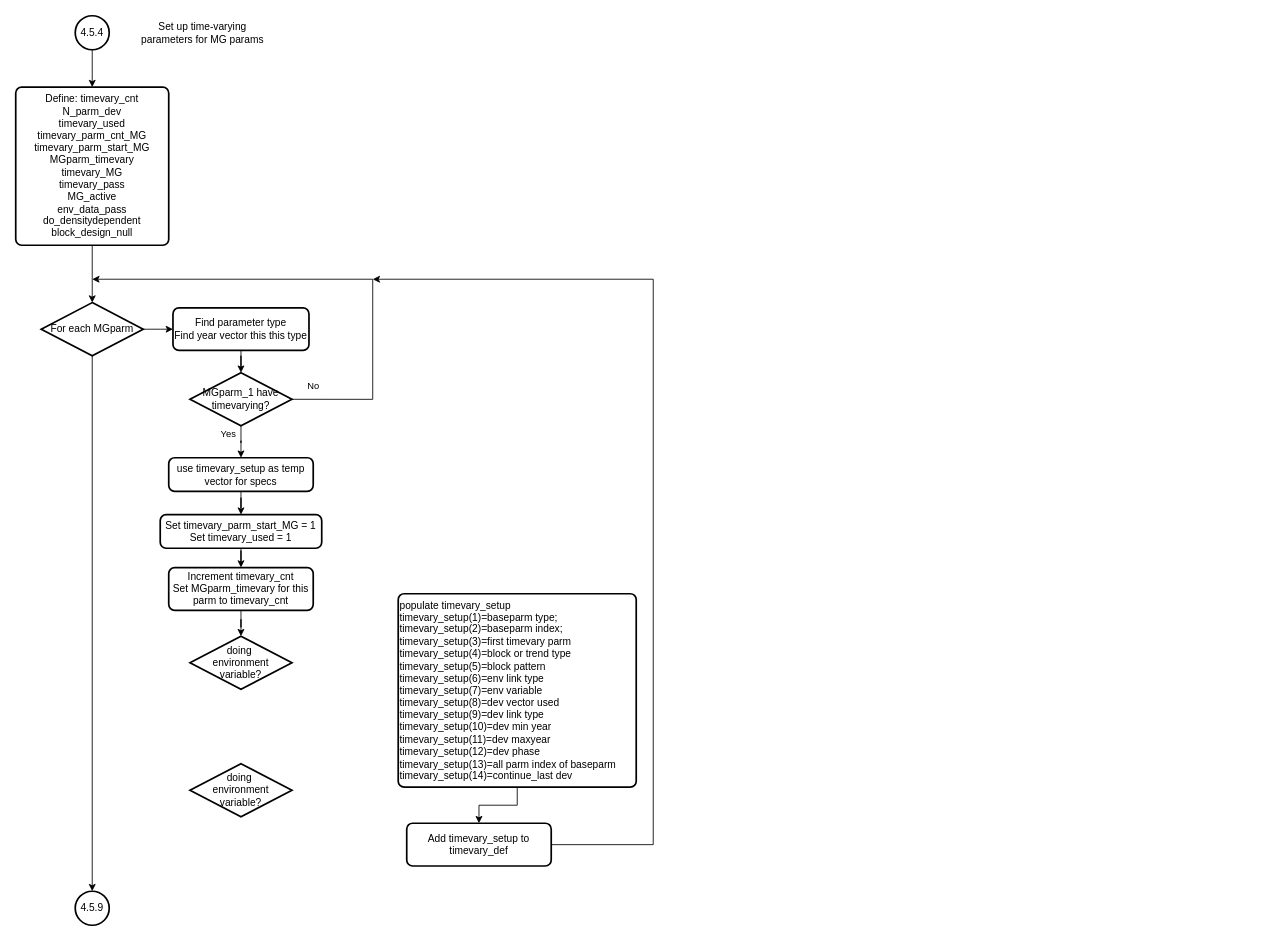
The draw.io diagram readControl_4-5-4.drawio in nmfs-ost/ss3-flowcharts, before the edit. Source tidied: cells renumbered, new cells numbered last; positions are measured from the earlier drawing's top-left corner, leaving out a move shared by most shapes. Both pictures are drawn from the tidied source at 85%, with x=0, y=0 at pixel (15, 15).
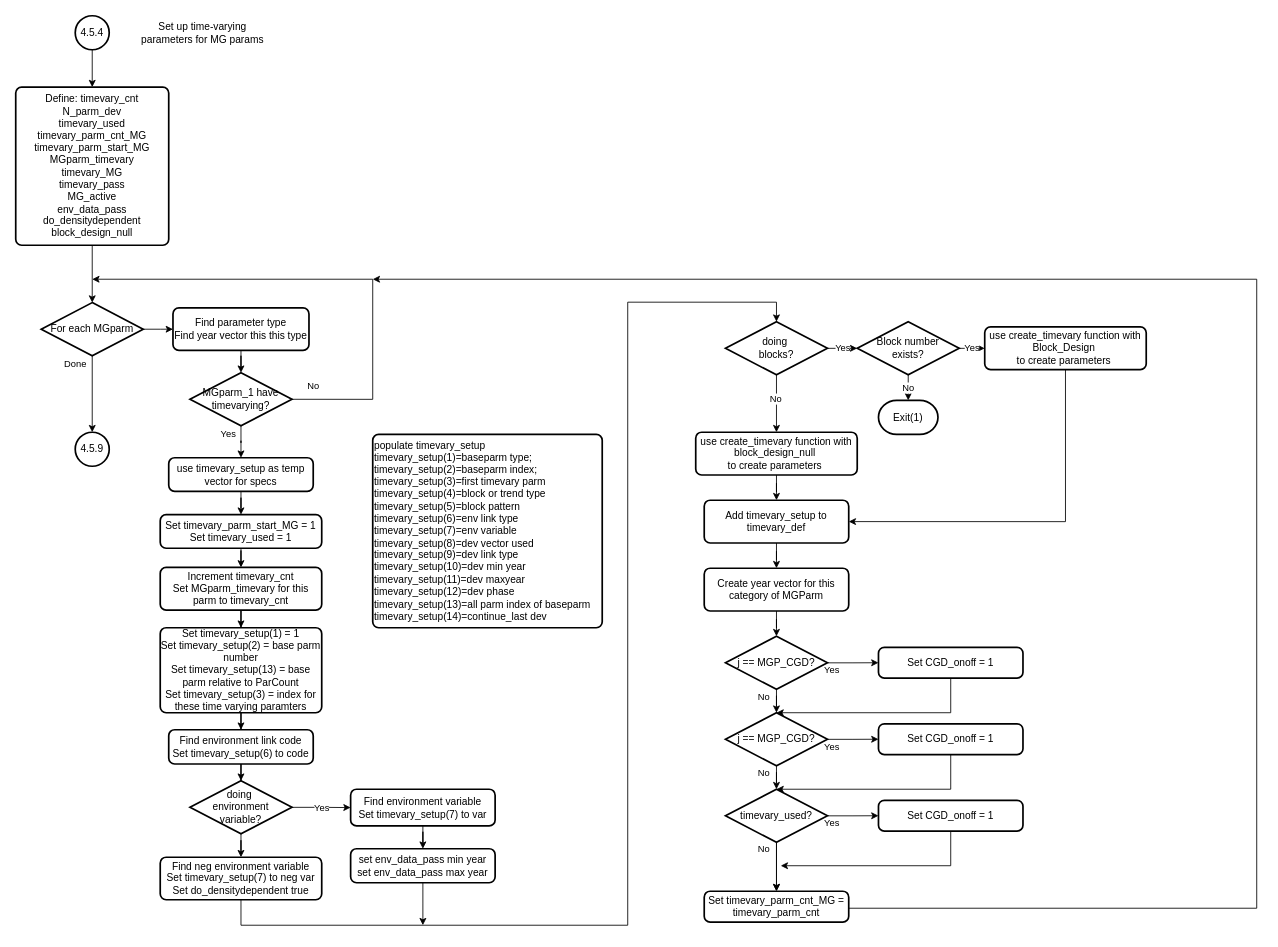
The same page after the edit.

The change refers to these unchanged cells:
```xml
<mxCell id="12" value="For each MGparm" style="strokeWidth=2;html=1;shape=mxgraph.flowchart.decision;whiteSpace=wrap;" parent="1" vertex="1">
  <mxGeometry x="30" y="337.5" width="120" height="62.5" as="geometry" />
</mxCell>
<mxCell id="25" value="Find parameter type&lt;br&gt;Find year vector this this type" style="rounded=1;whiteSpace=wrap;html=1;absoluteArcSize=1;arcSize=14;strokeWidth=2;" parent="1" vertex="1">
  <mxGeometry x="185" y="343.8" width="160" height="50" as="geometry" />
</mxCell>
```

Diff of the diagram source:
```diff
@@
+    <mxCell id="11" style="edgeStyle=orthogonalEdgeStyle;rounded=0;jettySize=auto;html=1;entryX=0;entryY=0.5;entryDx=0;entryDy=0;" parent="1" edge="1" source="12" target="25">
+      <mxGeometry relative="1" as="geometry" />
+    </mxCell>
-    <mxCell id="10" style="edgeStyle=orthogonalEdgeStyle;rounded=0;jettySize=auto;html=1;" parent="1" edge="1" source="12" target="23">
-      <mxGeometry relative="1" as="geometry">
-        <Array as="points">
-          <mxPoint x="90" y="1050" />
-        </Array>
-      </mxGeometry>
+    <mxCell id="10" value="Done" style="edgeStyle=orthogonalEdgeStyle;rounded=0;jettySize=auto;html=1;" parent="1" edge="1" source="12" target="23">
+      <mxGeometry x="-0.78" y="-20" relative="1" as="geometry" />
     </mxCell>
-    <mxCell id="11" style="edgeStyle=orthogonalEdgeStyle;rounded=0;jettySize=auto;html=1;entryX=0;entryY=0.5;entryDx=0;entryDy=0;" parent="1" edge="1" source="12" target="25">
-      <mxGeometry relative="1" as="geometry" />
-    </mxCell>
@@
-    <mxCell id="17" style="edgeStyle=orthogonalEdgeStyle;rounded=0;jettySize=auto;html=1;exitX=0.5;exitY=1;exitDx=0;exitDy=0;" parent="1" edge="1" source="18" target="26">
-      <mxGeometry relative="1" as="geometry" />
-    </mxCell>
+    <mxCell id="28" style="edgeStyle=orthogonalEdgeStyle;rounded=0;jettySize=auto;html=1;" parent="1" edge="1" source="18" target="44">
+      <mxGeometry relative="1" as="geometry" />
+    </mxCell>
     <mxCell id="18" value="Increment timevary_cnt&lt;br&gt;Set MGparm_timevary for this parm to timevary_cnt" style="rounded=1;whiteSpace=wrap;html=1;absoluteArcSize=1;arcSize=14;strokeWidth=2;" parent="1" vertex="1">
-      <mxGeometry x="180" y="649.2" width="170" height="50.3" as="geometry" />
+      <mxGeometry x="170" y="649.1" width="190" height="50.3" as="geometry" />
     </mxCell>
-    <mxCell id="19" style="edgeStyle=orthogonalEdgeStyle;rounded=0;jettySize=auto;html=1;" parent="1" edge="1" source="20" target="22">
-      <mxGeometry relative="1" as="geometry" />
-    </mxCell>
     <mxCell id="20" value="populate timevary_setup&amp;nbsp;&lt;br&gt;&lt;div&gt;timevary_setup(1)=baseparm type;&lt;/div&gt;&lt;div&gt;timevary_setup(2)=baseparm index;&lt;/div&gt;&lt;div&gt;timevary_setup(3)=first timevary parm&lt;/div&gt;&lt;div&gt;timevary_setup(4)=block or trend type&lt;/div&gt;&lt;div&gt;timevary_setup(5)=block pattern&lt;/div&gt;&lt;div&gt;timevary_setup(6)=env link type&lt;/div&gt;&lt;div&gt;timevary_setup(7)=env variable&lt;/div&gt;&lt;div&gt;timevary_setup(8)=dev vector used&lt;/div&gt;&lt;div&gt;timevary_setup(9)=dev link type&lt;/div&gt;&lt;div&gt;timevary_setup(10)=dev min year&lt;/div&gt;&lt;div&gt;timevary_setup(11)=dev maxyear&lt;/div&gt;&lt;div&gt;timevary_setup(12)=dev phase&lt;/div&gt;&lt;div&gt;timevary_setup(13)=all parm index of baseparm&lt;/div&gt;&lt;div&gt;timevary_setup(14)=continue_last dev&lt;/div&gt;" style="rounded=1;whiteSpace=wrap;html=1;absoluteArcSize=1;arcSize=14;strokeWidth=2;align=left;" parent="1" vertex="1">
-      <mxGeometry x="450" y="680" width="280" height="227.5" as="geometry" />
+      <mxGeometry x="420" y="492.5" width="270" height="227.5" as="geometry" />
     </mxCell>
-    <mxCell id="21" style="edgeStyle=orthogonalEdgeStyle;rounded=0;jettySize=auto;html=1;" parent="1" edge="1" source="22">
+    <mxCell id="21" style="edgeStyle=orthogonalEdgeStyle;rounded=0;jettySize=auto;html=1;" parent="1" edge="1" source="71">
       <mxGeometry relative="1" as="geometry">
         <mxPoint x="420" y="310" as="targetPoint" />
         <Array as="points">
-          <mxPoint x="750" y="975" />
-          <mxPoint x="750" y="310" />
+          <mxPoint x="895" y="1050" />
+          <mxPoint x="1460" y="1050" />
+          <mxPoint x="1460" y="310" />
         </Array>
       </mxGeometry>
     </mxCell>
+    <mxCell id="29" style="edgeStyle=orthogonalEdgeStyle;rounded=0;jettySize=auto;html=1;entryX=0.5;entryY=0;entryDx=0;entryDy=0;" parent="1" edge="1" source="22" target="54">
+      <mxGeometry relative="1" as="geometry" />
+    </mxCell>
     <mxCell id="22" value="Add timevary_setup to timevary_def" style="rounded=1;whiteSpace=wrap;html=1;absoluteArcSize=1;arcSize=14;strokeWidth=2;" parent="1" vertex="1">
-      <mxGeometry x="460" y="950" width="170" height="50.3" as="geometry" />
+      <mxGeometry x="810" y="570" width="170" height="50.3" as="geometry" />
     </mxCell>
     <mxCell id="23" value="4.5.9" style="strokeWidth=2;html=1;shape=mxgraph.flowchart.start_2;whiteSpace=wrap;" parent="1" vertex="1">
-      <mxGeometry x="70" y="1030" width="40" height="40" as="geometry" />
+      <mxGeometry x="70" y="490" width="40" height="40" as="geometry" />
     </mxCell>
@@
+    <mxCell id="30" value="Yes" style="edgeStyle=orthogonalEdgeStyle;rounded=0;jettySize=auto;html=1;" parent="1" edge="1" source="26" target="36">
+      <mxGeometry relative="1" as="geometry" />
+    </mxCell>
+    <mxCell id="31" style="edgeStyle=orthogonalEdgeStyle;rounded=0;jettySize=auto;html=1;" parent="1" edge="1" source="26" target="42">
+      <mxGeometry relative="1" as="geometry" />
+    </mxCell>
     <mxCell id="26" value="doing&amp;nbsp;&lt;br&gt;environment variable?" style="strokeWidth=2;html=1;shape=mxgraph.flowchart.decision;whiteSpace=wrap;" parent="1" vertex="1">
-      <mxGeometry x="205" y="730" width="120" height="62.5" as="geometry" />
+      <mxGeometry x="205" y="900" width="120" height="62.5" as="geometry" />
     </mxCell>
+    <mxCell id="32" value="Yes" style="edgeStyle=orthogonalEdgeStyle;rounded=0;jettySize=auto;html=1;" parent="1" edge="1" source="27">
+      <mxGeometry relative="1" as="geometry">
+        <mxPoint x="990" y="391.3" as="targetPoint" />
+      </mxGeometry>
+    </mxCell>
+    <mxCell id="33" style="edgeStyle=orthogonalEdgeStyle;rounded=0;jettySize=auto;html=1;" parent="1" edge="1" source="27" target="50">
+      <mxGeometry relative="1" as="geometry" />
+    </mxCell>
+    <mxCell id="34" value="No" style="edgeLabel;html=1;align=center;verticalAlign=middle;" parent="33" vertex="1">
+      <mxGeometry x="-0.16" y="-2" relative="1" as="geometry" />
+    </mxCell>
-    <mxCell id="27" value="doing&amp;nbsp;&lt;br&gt;environment variable?" style="strokeWidth=2;html=1;shape=mxgraph.flowchart.decision;whiteSpace=wrap;" parent="1" vertex="1">
-      <mxGeometry x="205" y="880" width="120" height="62.5" as="geometry" />
+    <mxCell id="27" value="doing&amp;nbsp;&lt;br&gt;blocks?" style="strokeWidth=2;html=1;shape=mxgraph.flowchart.decision;whiteSpace=wrap;" parent="1" vertex="1">
+      <mxGeometry x="835" y="360" width="120" height="62.5" as="geometry" />
     </mxCell>
+    <mxCell id="35" style="edgeStyle=orthogonalEdgeStyle;rounded=0;jettySize=auto;html=1;entryX=0.5;entryY=0;entryDx=0;entryDy=0;" parent="1" edge="1" source="36" target="38">
+      <mxGeometry relative="1" as="geometry" />
+    </mxCell>
+    <mxCell id="36" value="Find environment variable&lt;br&gt;Set timevary_setup(7) to var" style="rounded=1;whiteSpace=wrap;html=1;absoluteArcSize=1;arcSize=14;strokeWidth=2;" parent="1" vertex="1">
+      <mxGeometry x="394" y="910" width="170" height="43.2" as="geometry" />
+    </mxCell>
+    <mxCell id="37" style="edgeStyle=orthogonalEdgeStyle;rounded=0;jettySize=auto;html=1;" parent="1" edge="1" source="38">
+      <mxGeometry relative="1" as="geometry">
+        <mxPoint x="479" y="1070" as="targetPoint" />
+      </mxGeometry>
+    </mxCell>
+    <mxCell id="38" value="&lt;span&gt;set env_data_pass min year&lt;/span&gt;&lt;br&gt;&lt;span&gt;set env_data_pass max year&lt;/span&gt;" style="rounded=1;whiteSpace=wrap;html=1;absoluteArcSize=1;arcSize=14;strokeWidth=2;" parent="1" vertex="1">
+      <mxGeometry x="394" y="980" width="170" height="40" as="geometry" />
+    </mxCell>
+    <mxCell id="39" style="edgeStyle=orthogonalEdgeStyle;rounded=0;jettySize=auto;html=1;" parent="1" edge="1" source="40" target="26">
+      <mxGeometry relative="1" as="geometry" />
+    </mxCell>
+    <mxCell id="40" value="Find environment link code&lt;br&gt;Set timevary_setup(6) to code" style="rounded=1;whiteSpace=wrap;html=1;absoluteArcSize=1;arcSize=14;strokeWidth=2;" parent="1" vertex="1">
+      <mxGeometry x="180" y="840" width="170" height="40.3" as="geometry" />
+    </mxCell>
+    <mxCell id="41" style="edgeStyle=orthogonalEdgeStyle;rounded=0;jettySize=auto;html=1;entryX=0.5;entryY=0;entryDx=0;entryDy=0;entryPerimeter=0;" parent="1" edge="1" source="42" target="27">
+      <mxGeometry relative="1" as="geometry">
+        <Array as="points">
+          <mxPoint x="265" y="1070" />
+          <mxPoint x="720" y="1070" />
+          <mxPoint x="720" y="337" />
+          <mxPoint x="895" y="337" />
+        </Array>
+      </mxGeometry>
+    </mxCell>
+    <mxCell id="42" value="Find neg environment variable&lt;br&gt;Set timevary_setup(7) to neg var&lt;br&gt;Set do_densitydependent true" style="rounded=1;whiteSpace=wrap;html=1;absoluteArcSize=1;arcSize=14;strokeWidth=2;" parent="1" vertex="1">
+      <mxGeometry x="170" y="990" width="190" height="50" as="geometry" />
+    </mxCell>
+    <mxCell id="43" style="edgeStyle=orthogonalEdgeStyle;rounded=0;jettySize=auto;html=1;" parent="1" edge="1" source="44" target="40">
+      <mxGeometry relative="1" as="geometry" />
+    </mxCell>
+    <mxCell id="44" value="Set timevary_setup(1) = 1&lt;br&gt;Set timevary_setup(2) = base parm number&lt;br&gt;Set timevary_setup(13) = base parm relative to ParCount&lt;br&gt;Set timevary_setup(3) = index for these time varying paramters" style="rounded=1;whiteSpace=wrap;html=1;absoluteArcSize=1;arcSize=14;strokeWidth=2;" parent="1" vertex="1">
+      <mxGeometry x="170" y="720" width="190" height="100" as="geometry" />
+    </mxCell>
+    <mxCell id="45" value="No" style="edgeStyle=orthogonalEdgeStyle;rounded=0;jettySize=auto;html=1;entryX=0.5;entryY=0;entryDx=0;entryDy=0;entryPerimeter=0;" parent="1" edge="1" source="47" target="48">
+      <mxGeometry relative="1" as="geometry" />
+    </mxCell>
+    <mxCell id="46" value="Yes" style="edgeStyle=orthogonalEdgeStyle;rounded=0;jettySize=auto;html=1;" parent="1" edge="1" source="47" target="52">
+      <mxGeometry relative="1" as="geometry" />
+    </mxCell>
+    <mxCell id="47" value="Block number &lt;br&gt;exists?" style="strokeWidth=2;html=1;shape=mxgraph.flowchart.decision;whiteSpace=wrap;" parent="1" vertex="1">
+      <mxGeometry x="990" y="360" width="120" height="62.5" as="geometry" />
+    </mxCell>
+    <mxCell id="48" value="Exit(1)" style="strokeWidth=2;html=1;shape=mxgraph.flowchart.terminator;whiteSpace=wrap;" parent="1" vertex="1">
+      <mxGeometry x="1015" y="452.5" width="70" height="40" as="geometry" />
+    </mxCell>
+    <mxCell id="49" style="edgeStyle=orthogonalEdgeStyle;rounded=0;jettySize=auto;html=1;" parent="1" edge="1" source="50" target="22">
+      <mxGeometry relative="1" as="geometry" />
+    </mxCell>
+    <mxCell id="50" value="use create_timevary function with block_design_null&amp;nbsp;&lt;br&gt;to create parameters&amp;nbsp;" style="rounded=1;whiteSpace=wrap;html=1;absoluteArcSize=1;arcSize=14;strokeWidth=2;" parent="1" vertex="1">
+      <mxGeometry x="800" y="490" width="190" height="50.3" as="geometry" />
+    </mxCell>
+    <mxCell id="51" style="edgeStyle=orthogonalEdgeStyle;rounded=0;jettySize=auto;html=1;entryX=1;entryY=0.5;entryDx=0;entryDy=0;" parent="1" edge="1" source="52" target="22">
+      <mxGeometry relative="1" as="geometry">
+        <Array as="points">
+          <mxPoint x="1235" y="595" />
+        </Array>
+      </mxGeometry>
+    </mxCell>
+    <mxCell id="52" value="use create_timevary function with Block_Design&amp;nbsp;&lt;br&gt;to create parameters&amp;nbsp;" style="rounded=1;whiteSpace=wrap;html=1;absoluteArcSize=1;arcSize=14;strokeWidth=2;" parent="1" vertex="1">
+      <mxGeometry x="1140" y="366.1" width="190" height="50.3" as="geometry" />
+    </mxCell>
+    <mxCell id="53" style="edgeStyle=orthogonalEdgeStyle;rounded=0;jettySize=auto;html=1;" parent="1" edge="1" source="54" target="59">
+      <mxGeometry relative="1" as="geometry" />
+    </mxCell>
+    <mxCell id="54" value="Create year vector for this category of MGParm" style="rounded=1;whiteSpace=wrap;html=1;absoluteArcSize=1;arcSize=14;strokeWidth=2;" parent="1" vertex="1">
+      <mxGeometry x="810" y="650" width="170" height="50.3" as="geometry" />
+    </mxCell>
+    <mxCell id="55" style="edgeStyle=orthogonalEdgeStyle;rounded=0;jettySize=auto;html=1;entryX=0.5;entryY=0;entryDx=0;entryDy=0;entryPerimeter=0;" parent="1" edge="1" source="56" target="64">
+      <mxGeometry relative="1" as="geometry">
+        <Array as="points">
+          <mxPoint x="1100" y="820" />
+        </Array>
+      </mxGeometry>
+    </mxCell>
+    <mxCell id="56" value="Set CGD_onoff = 1" style="rounded=1;whiteSpace=wrap;html=1;absoluteArcSize=1;arcSize=14;strokeWidth=2;" parent="1" vertex="1">
+      <mxGeometry x="1015" y="743" width="170" height="36.4" as="geometry" />
+    </mxCell>
+    <mxCell id="57" value="Yes" style="edgeStyle=orthogonalEdgeStyle;rounded=0;jettySize=auto;html=1;" parent="1" edge="1" source="59" target="56">
+      <mxGeometry x="-0.83" y="-9" relative="1" as="geometry" />
+    </mxCell>
+    <mxCell id="58" value="No" style="edgeStyle=orthogonalEdgeStyle;rounded=0;jettySize=auto;html=1;" parent="1" edge="1" source="59" target="64">
+      <mxGeometry x="0.24" y="-15" relative="1" as="geometry" />
+    </mxCell>
+    <mxCell id="59" value="j == MGP_CGD?" style="strokeWidth=2;html=1;shape=mxgraph.flowchart.decision;whiteSpace=wrap;" parent="1" vertex="1">
+      <mxGeometry x="835" y="730" width="120" height="62.5" as="geometry" />
+    </mxCell>
+    <mxCell id="60" style="edgeStyle=orthogonalEdgeStyle;rounded=0;jettySize=auto;html=1;entryX=0.5;entryY=0;entryDx=0;entryDy=0;entryPerimeter=0;" parent="1" edge="1" source="61" target="70">
+      <mxGeometry relative="1" as="geometry">
+        <Array as="points">
+          <mxPoint x="1100" y="910" />
+        </Array>
+      </mxGeometry>
+    </mxCell>
+    <mxCell id="61" value="Set CGD_onoff = 1" style="rounded=1;whiteSpace=wrap;html=1;absoluteArcSize=1;arcSize=14;strokeWidth=2;" parent="1" vertex="1">
+      <mxGeometry x="1015" y="833" width="170" height="36.4" as="geometry" />
+    </mxCell>
+    <mxCell id="62" value="Yes" style="edgeStyle=orthogonalEdgeStyle;rounded=0;jettySize=auto;html=1;" parent="1" edge="1" source="64" target="61">
+      <mxGeometry x="-0.83" y="-9" relative="1" as="geometry" />
+    </mxCell>
+    <mxCell id="63" value="No" style="edgeStyle=orthogonalEdgeStyle;rounded=0;jettySize=auto;html=1;" parent="1" edge="1" source="64" target="70">
+      <mxGeometry x="0.24" y="-15" relative="1" as="geometry" />
+    </mxCell>
+    <mxCell id="64" value="j == MGP_CGD?" style="strokeWidth=2;html=1;shape=mxgraph.flowchart.decision;whiteSpace=wrap;" parent="1" vertex="1">
+      <mxGeometry x="835" y="820" width="120" height="62.5" as="geometry" />
+    </mxCell>
+    <mxCell id="65" style="edgeStyle=orthogonalEdgeStyle;rounded=0;jettySize=auto;html=1;" parent="1" edge="1" source="66">
+      <mxGeometry relative="1" as="geometry">
+        <mxPoint x="900" y="1000" as="targetPoint" />
+        <Array as="points">
+          <mxPoint x="1100" y="1000" />
+          <mxPoint x="900" y="1000" />
+        </Array>
+      </mxGeometry>
+    </mxCell>
+    <mxCell id="66" value="Set CGD_onoff = 1" style="rounded=1;whiteSpace=wrap;html=1;absoluteArcSize=1;arcSize=14;strokeWidth=2;" parent="1" vertex="1">
+      <mxGeometry x="1015" y="923" width="170" height="36.4" as="geometry" />
+    </mxCell>
+    <mxCell id="67" style="edgeStyle=orthogonalEdgeStyle;rounded=0;jettySize=auto;html=1;entryX=0.5;entryY=0;entryDx=0;entryDy=0;" parent="1" edge="1" source="70" target="71">
+      <mxGeometry relative="1" as="geometry" />
+    </mxCell>
+    <mxCell id="68" value="Yes" style="edgeStyle=orthogonalEdgeStyle;rounded=0;jettySize=auto;html=1;" parent="1" edge="1" source="70" target="66">
+      <mxGeometry x="-0.83" y="-9" relative="1" as="geometry" />
+    </mxCell>
+    <mxCell id="69" value="No" style="edgeStyle=orthogonalEdgeStyle;rounded=0;jettySize=auto;html=1;" parent="1" edge="1" source="70" target="71">
+      <mxGeometry x="-0.74" y="-15" relative="1" as="geometry" />
+    </mxCell>
+    <mxCell id="70" value="timevary_used?" style="strokeWidth=2;html=1;shape=mxgraph.flowchart.decision;whiteSpace=wrap;" parent="1" vertex="1">
+      <mxGeometry x="835" y="910" width="120" height="62.5" as="geometry" />
+    </mxCell>
+    <mxCell id="71" value="Set timevary_parm_cnt_MG = timevary_parm_cnt" style="rounded=1;whiteSpace=wrap;html=1;absoluteArcSize=1;arcSize=14;strokeWidth=2;" parent="1" vertex="1">
+      <mxGeometry x="810" y="1030" width="170" height="36.4" as="geometry" />
+    </mxCell>
```
